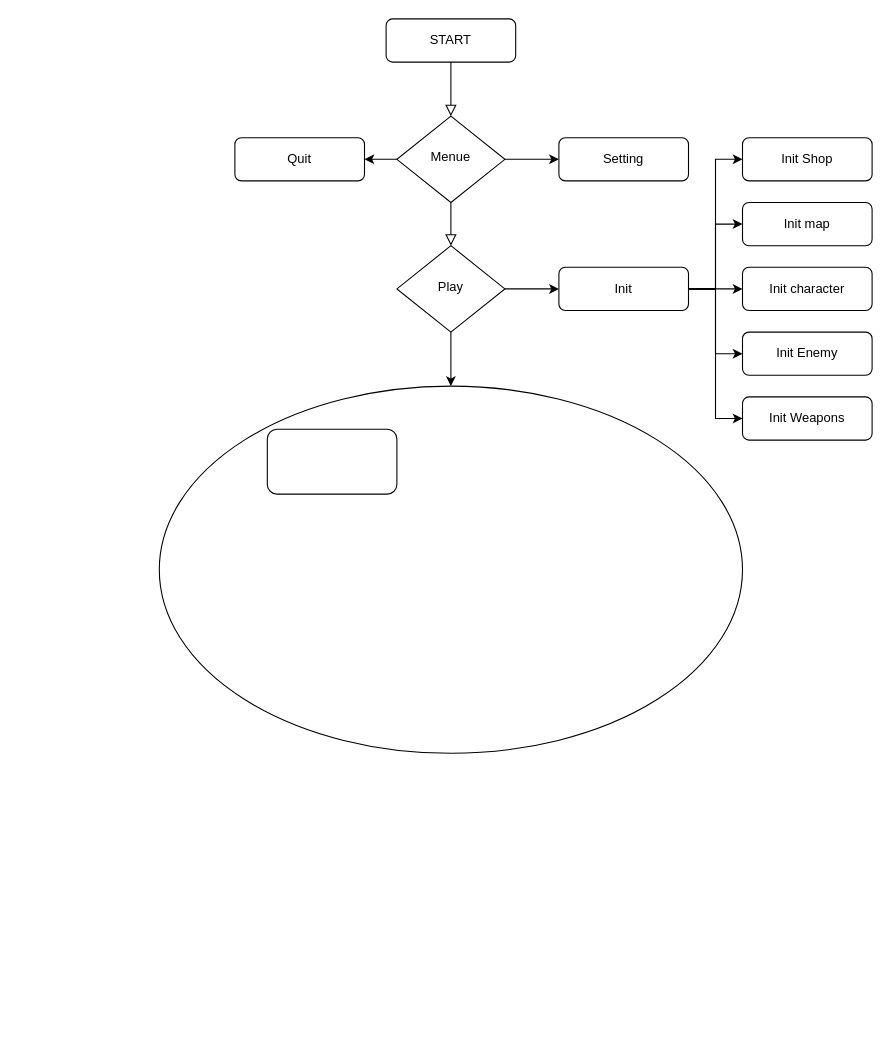
This is Diagramme sans nom.drawio from kcLandy/projet-red, a draw.io file, before an edit. Source tidied: cells renumbered, new cells numbered last; positions are measured from the earlier drawing's top-left corner, leaving out a move shared by most shapes. Both pictures are drawn from the tidied source at 108%, with x=0, y=0 at pixel (159, 18).
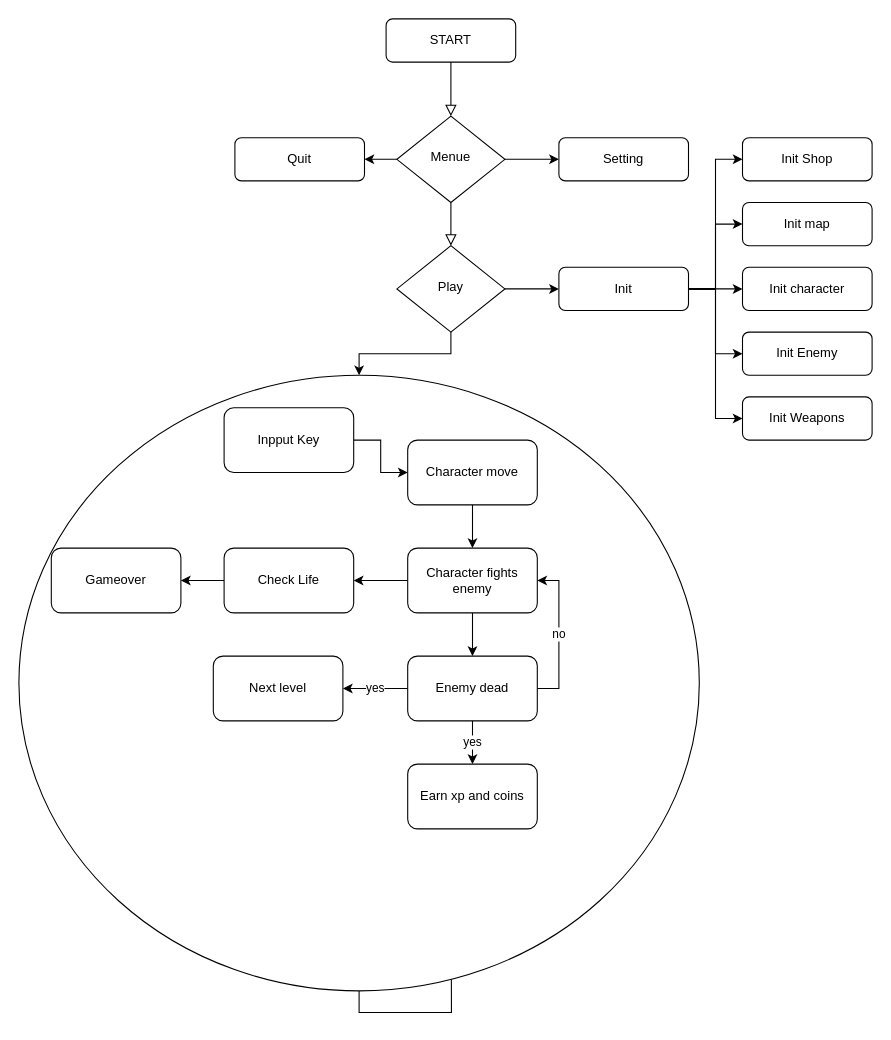
The same page after the edit.

Commit message:
Mettre à jour Diagramme sans nom.drawio

Change to the diagram source:
```diff
@@
+    <mxCell id="26" style="edgeStyle=orthogonalEdgeStyle;rounded=0;jettySize=auto;html=1;" parent="1" edge="1" source="22">
+      <mxGeometry relative="1" as="geometry">
+        <mxPoint x="270" y="690" as="targetPoint" />
+      </mxGeometry>
+    </mxCell>
     <mxCell id="22" style="ellipse;whiteSpace=wrap;html=1;" parent="1" vertex="1">
-      <mxGeometry y="340" width="540" height="340" as="geometry" />
+      <mxGeometry x="-130" y="330" width="630" height="570" as="geometry" />
     </mxCell>
+    <mxCell id="27" style="edgeStyle=orthogonalEdgeStyle;rounded=0;jettySize=auto;html=1;exitX=1;exitY=0.5;exitDx=0;exitDy=0;entryX=0;entryY=0.5;entryDx=0;entryDy=0;" parent="1" edge="1" source="23" target="29">
+      <mxGeometry relative="1" as="geometry" />
+    </mxCell>
-    <mxCell id="23" style="rounded=1;whiteSpace=wrap;html=1;" parent="1" vertex="1">
-      <mxGeometry x="100" y="380" width="120" height="60" as="geometry" />
+    <mxCell id="23" value="Inpput Key" style="rounded=1;whiteSpace=wrap;html=1;" parent="1" vertex="1">
+      <mxGeometry x="60" y="360" width="120" height="60" as="geometry" />
     </mxCell>
@@
+    <mxCell id="28" style="edgeStyle=orthogonalEdgeStyle;rounded=0;jettySize=auto;html=1;exitX=0.5;exitY=1;exitDx=0;exitDy=0;entryX=0.5;entryY=0;entryDx=0;entryDy=0;" parent="1" edge="1" source="29" target="32">
+      <mxGeometry relative="1" as="geometry" />
+    </mxCell>
+    <mxCell id="29" value="Character move" style="rounded=1;whiteSpace=wrap;html=1;" parent="1" vertex="1">
+      <mxGeometry x="230" y="390" width="120" height="60" as="geometry" />
+    </mxCell>
+    <mxCell id="30" style="edgeStyle=orthogonalEdgeStyle;rounded=0;jettySize=auto;html=1;exitX=0.5;exitY=1;exitDx=0;exitDy=0;entryX=0.5;entryY=0;entryDx=0;entryDy=0;" parent="1" edge="1" source="32" target="36">
+      <mxGeometry relative="1" as="geometry" />
+    </mxCell>
+    <mxCell id="31" style="edgeStyle=orthogonalEdgeStyle;rounded=0;jettySize=auto;html=1;exitX=0;exitY=0.5;exitDx=0;exitDy=0;entryX=1;entryY=0.5;entryDx=0;entryDy=0;" parent="1" edge="1" source="32" target="40">
+      <mxGeometry relative="1" as="geometry" />
+    </mxCell>
+    <mxCell id="32" value="Character fights enemy" style="rounded=1;whiteSpace=wrap;html=1;" parent="1" vertex="1">
+      <mxGeometry x="230" y="490" width="120" height="60" as="geometry" />
+    </mxCell>
+    <mxCell id="33" value="yes" style="edgeStyle=orthogonalEdgeStyle;rounded=0;jettySize=auto;html=1;exitX=0.5;exitY=1;exitDx=0;exitDy=0;entryX=0.5;entryY=0;entryDx=0;entryDy=0;" parent="1" edge="1" source="36" target="37">
+      <mxGeometry relative="1" as="geometry" />
+    </mxCell>
+    <mxCell id="34" value="no" style="edgeStyle=orthogonalEdgeStyle;rounded=0;jettySize=auto;html=1;exitX=1;exitY=0.5;exitDx=0;exitDy=0;entryX=1;entryY=0.5;entryDx=0;entryDy=0;" parent="1" edge="1" source="36" target="32">
+      <mxGeometry relative="1" as="geometry" />
+    </mxCell>
+    <mxCell id="35" value="yes" style="edgeStyle=orthogonalEdgeStyle;rounded=0;jettySize=auto;html=1;exitX=0;exitY=0.5;exitDx=0;exitDy=0;entryX=1;entryY=0.5;entryDx=0;entryDy=0;" parent="1" edge="1" source="36" target="38">
+      <mxGeometry relative="1" as="geometry" />
+    </mxCell>
+    <mxCell id="36" value="Enemy dead" style="rounded=1;whiteSpace=wrap;html=1;" parent="1" vertex="1">
+      <mxGeometry x="230" y="590" width="120" height="60" as="geometry" />
+    </mxCell>
+    <mxCell id="37" value="Earn xp and coins" style="rounded=1;whiteSpace=wrap;html=1;" parent="1" vertex="1">
+      <mxGeometry x="230" y="690" width="120" height="60" as="geometry" />
+    </mxCell>
+    <mxCell id="38" value="Next level" style="rounded=1;whiteSpace=wrap;html=1;" parent="1" vertex="1">
+      <mxGeometry x="50" y="590" width="120" height="60" as="geometry" />
+    </mxCell>
+    <mxCell id="39" style="edgeStyle=orthogonalEdgeStyle;rounded=0;jettySize=auto;html=1;exitX=0;exitY=0.5;exitDx=0;exitDy=0;entryX=1;entryY=0.5;entryDx=0;entryDy=0;" parent="1" edge="1" source="40" target="41">
+      <mxGeometry relative="1" as="geometry" />
+    </mxCell>
+    <mxCell id="40" value="Check Life" style="rounded=1;whiteSpace=wrap;html=1;" parent="1" vertex="1">
+      <mxGeometry x="60" y="490" width="120" height="60" as="geometry" />
+    </mxCell>
+    <mxCell id="41" value="Gameover&lt;br&gt;" style="rounded=1;whiteSpace=wrap;html=1;" parent="1" vertex="1">
+      <mxGeometry x="-100" y="490" width="120" height="60" as="geometry" />
+    </mxCell>
```
